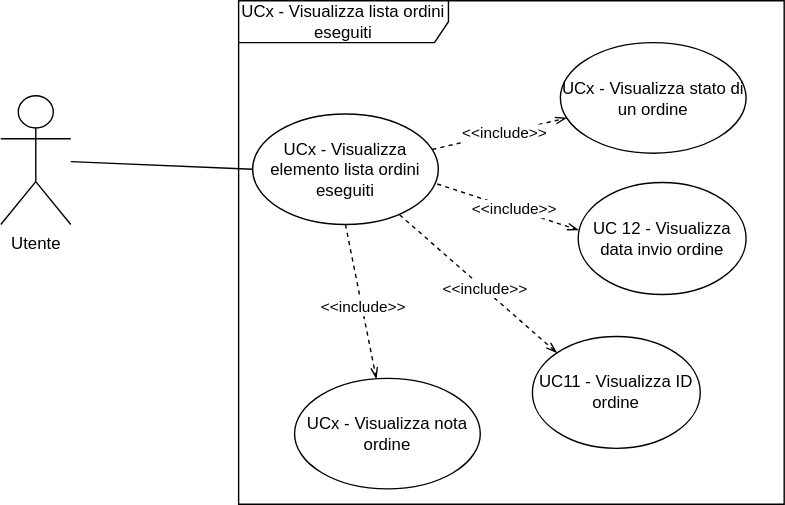
alimitedgroup/alimitedgroup.github.io keeps this draw.io diagram as assets/diagrams/UCx-elemento_lista_ordini_eseguiti.svg. Above is the earlier version. Source tidied: cells renumbered, new cells last; positions are measured from the earlier drawing's top-left corner, leaving out a move shared by most shapes. Its diagram source:
```xml
<mxGraphModel>
  <root>
    <mxCell id="0" />
    <mxCell id="1" parent="0" />
    <mxCell id="2" style="rounded=0;jettySize=auto;html=1;entryX=0;entryY=0.5;entryDx=0;entryDy=0;endArrow=none;endFill=0;" parent="1" edge="1" source="3" target="6">
      <mxGeometry relative="1" as="geometry" />
    </mxCell>
    <mxCell id="3" value="Utente" style="shape=umlActor;verticalLabelPosition=bottom;verticalAlign=top;html=1;outlineConnect=0;" parent="1" vertex="1">
      <mxGeometry y="68" width="50" height="92" as="geometry" />
    </mxCell>
    <mxCell id="4" style="rounded=0;jettySize=auto;html=1;endArrow=openThin;endFill=0;dashed=1;" parent="1" edge="1" source="6" target="7">
      <mxGeometry relative="1" as="geometry" />
    </mxCell>
    <mxCell id="5" value="&amp;lt;&amp;lt;include&amp;gt;&amp;gt;" style="edgeLabel;html=1;align=center;verticalAlign=middle;" parent="4" vertex="1">
      <mxGeometry x="0.07" relative="1" as="geometry" />
    </mxCell>
    <mxCell id="6" value="UCx - Visualizza elemento lista ordini eseguiti" style="ellipse;whiteSpace=wrap;html=1;" parent="1" vertex="1">
      <mxGeometry x="180" y="81" width="132.8" height="79" as="geometry" />
    </mxCell>
    <mxCell id="7" value="UCx - Visualizza&lt;span style=&quot;background-color: initial;&quot;&gt; stato di un ordine&lt;/span&gt;" style="ellipse;whiteSpace=wrap;html=1;" parent="1" vertex="1">
      <mxGeometry x="400" y="30" width="132.8" height="79" as="geometry" />
    </mxCell>
    <mxCell id="8" style="rounded=0;jettySize=auto;html=1;endArrow=openThin;endFill=0;dashed=1;exitX=0.5;exitY=1;exitDx=0;exitDy=0;" parent="1" edge="1" source="6" target="10">
      <mxGeometry relative="1" as="geometry" />
    </mxCell>
    <mxCell id="9" value="&amp;lt;&amp;lt;include&amp;gt;&amp;gt;" style="edgeLabel;html=1;align=center;verticalAlign=middle;" parent="8" vertex="1">
      <mxGeometry x="0.07" relative="1" as="geometry" />
    </mxCell>
    <mxCell id="10" value="UCx -&amp;nbsp;&lt;span style=&quot;background-color: initial;&quot;&gt;Visualizza nota ordine&lt;/span&gt;" style="ellipse;whiteSpace=wrap;html=1;" parent="1" vertex="1">
      <mxGeometry x="210" y="270" width="132.8" height="79" as="geometry" />
    </mxCell>
    <mxCell id="11" value="UCx - Visualizza lista ordini eseguiti" style="shape=umlFrame;whiteSpace=wrap;html=1;width=150;height=30;" parent="1" vertex="1">
      <mxGeometry x="170" width="390" height="360" as="geometry" />
    </mxCell>
    <mxCell id="12" value="UC11 - Visualizza ID ordine" style="ellipse;whiteSpace=wrap;html=1;" parent="1" vertex="1">
      <mxGeometry x="380" y="240" width="120" height="80" as="geometry" />
    </mxCell>
    <mxCell id="13" value="UC 12 - Visualizza data invio ordine" style="ellipse;whiteSpace=wrap;html=1;" parent="1" vertex="1">
      <mxGeometry x="412.8" y="130" width="120" height="80" as="geometry" />
    </mxCell>
    <mxCell id="14" style="rounded=0;jettySize=auto;html=1;endArrow=openThin;endFill=0;dashed=1;entryX=0.002;entryY=0.425;entryDx=0;entryDy=0;entryPerimeter=0;exitX=0.994;exitY=0.633;exitDx=0;exitDy=0;exitPerimeter=0;" parent="1" edge="1" source="6" target="13">
      <mxGeometry relative="1" as="geometry" />
    </mxCell>
    <mxCell id="15" value="&amp;lt;&amp;lt;include&amp;gt;&amp;gt;" style="edgeLabel;html=1;align=center;verticalAlign=middle;" parent="14" vertex="1">
      <mxGeometry x="0.07" relative="1" as="geometry" />
    </mxCell>
    <mxCell id="16" style="rounded=0;jettySize=auto;html=1;endArrow=openThin;endFill=0;dashed=1;entryX=0;entryY=0;entryDx=0;entryDy=0;exitX=0.791;exitY=0.911;exitDx=0;exitDy=0;exitPerimeter=0;" parent="1" edge="1" source="6" target="12">
      <mxGeometry relative="1" as="geometry" />
    </mxCell>
    <mxCell id="17" value="&amp;lt;&amp;lt;include&amp;gt;&amp;gt;" style="edgeLabel;html=1;align=center;verticalAlign=middle;" parent="16" vertex="1">
      <mxGeometry x="0.07" relative="1" as="geometry" />
    </mxCell>
  </root>
</mxGraphModel>
```
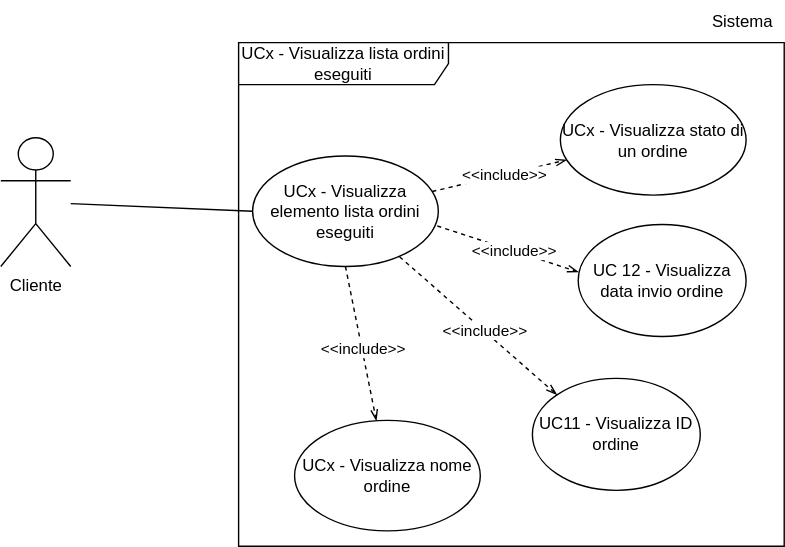
The same file after the commit.

Commit message:
fix UC lista ordini

The edit, as a diff of the source:
```diff
@@ -5,7 +5,7 @@
     <mxCell id="2" style="rounded=0;jettySize=auto;html=1;entryX=0;entryY=0.5;entryDx=0;entryDy=0;endArrow=none;endFill=0;" parent="1" edge="1" source="3" target="6">
       <mxGeometry relative="1" as="geometry" />
     </mxCell>
-    <mxCell id="3" value="Utente" style="shape=umlActor;verticalLabelPosition=bottom;verticalAlign=top;html=1;outlineConnect=0;" parent="1" vertex="1">
+    <mxCell id="3" value="Cliente" style="shape=umlActor;verticalLabelPosition=bottom;verticalAlign=top;html=1;outlineConnect=0;" parent="1" vertex="1">
       <mxGeometry y="68" width="50" height="92" as="geometry" />
     </mxCell>
     <mxCell id="4" style="rounded=0;jettySize=auto;html=1;endArrow=openThin;endFill=0;dashed=1;" parent="1" edge="1" source="6" target="7">
@@ -26,7 +26,7 @@
     <mxCell id="9" value="&amp;lt;&amp;lt;include&amp;gt;&amp;gt;" style="edgeLabel;html=1;align=center;verticalAlign=middle;" parent="8" vertex="1">
       <mxGeometry x="0.07" relative="1" as="geometry" />
     </mxCell>
-    <mxCell id="10" value="UCx -&amp;nbsp;&lt;span style=&quot;background-color: initial;&quot;&gt;Visualizza nota ordine&lt;/span&gt;" style="ellipse;whiteSpace=wrap;html=1;" parent="1" vertex="1">
+    <mxCell id="10" value="UCx -&amp;nbsp;&lt;span style=&quot;background-color: initial;&quot;&gt;Visualizza nome ordine&lt;/span&gt;" style="ellipse;whiteSpace=wrap;html=1;" parent="1" vertex="1">
       <mxGeometry x="210" y="270" width="132.8" height="79" as="geometry" />
     </mxCell>
     <mxCell id="11" value="UCx - Visualizza lista ordini eseguiti" style="shape=umlFrame;whiteSpace=wrap;html=1;width=150;height=30;" parent="1" vertex="1">
@@ -50,5 +50,8 @@
     <mxCell id="17" value="&amp;lt;&amp;lt;include&amp;gt;&amp;gt;" style="edgeLabel;html=1;align=center;verticalAlign=middle;" parent="16" vertex="1">
       <mxGeometry x="0.07" relative="1" as="geometry" />
     </mxCell>
+    <mxCell id="18" value="Sistema" style="text;html=1;align=center;verticalAlign=middle;strokeColor=none;fillColor=none;" parent="1" vertex="1">
+      <mxGeometry x="500" y="-30" width="60" height="30" as="geometry" />
+    </mxCell>
   </root>
 </mxGraphModel>
```
